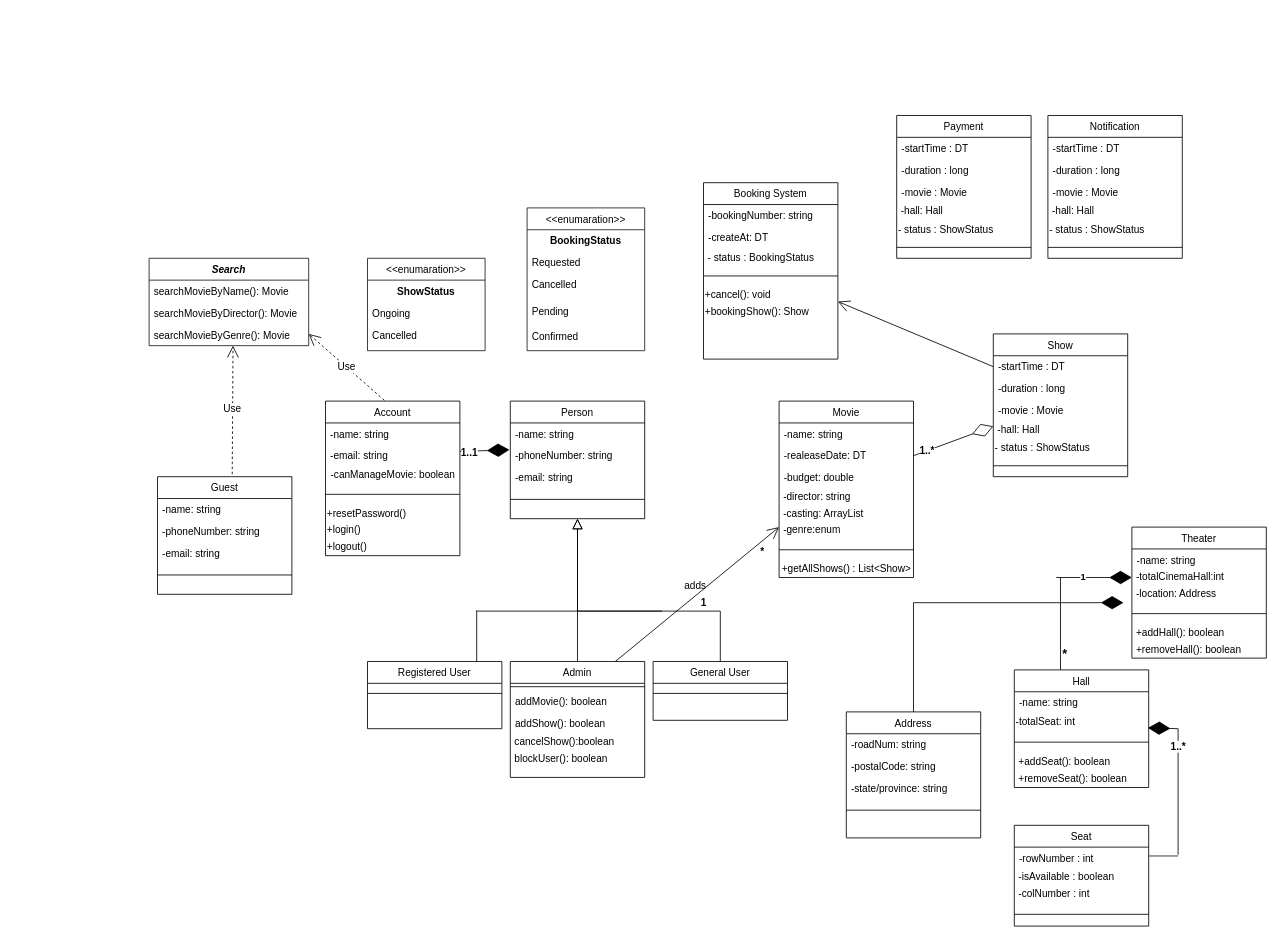
The draw.io diagram Movie Ticket Booking.drawio in Moytri/Uml-Diagram, before the edit. Source tidied: cells renumbered, new cells numbered last; positions are measured from the earlier drawing's top-left corner, leaving out a move shared by most shapes. Both pictures are drawn from the tidied source at 84%, with x=0, y=0 at pixel (149, 115).
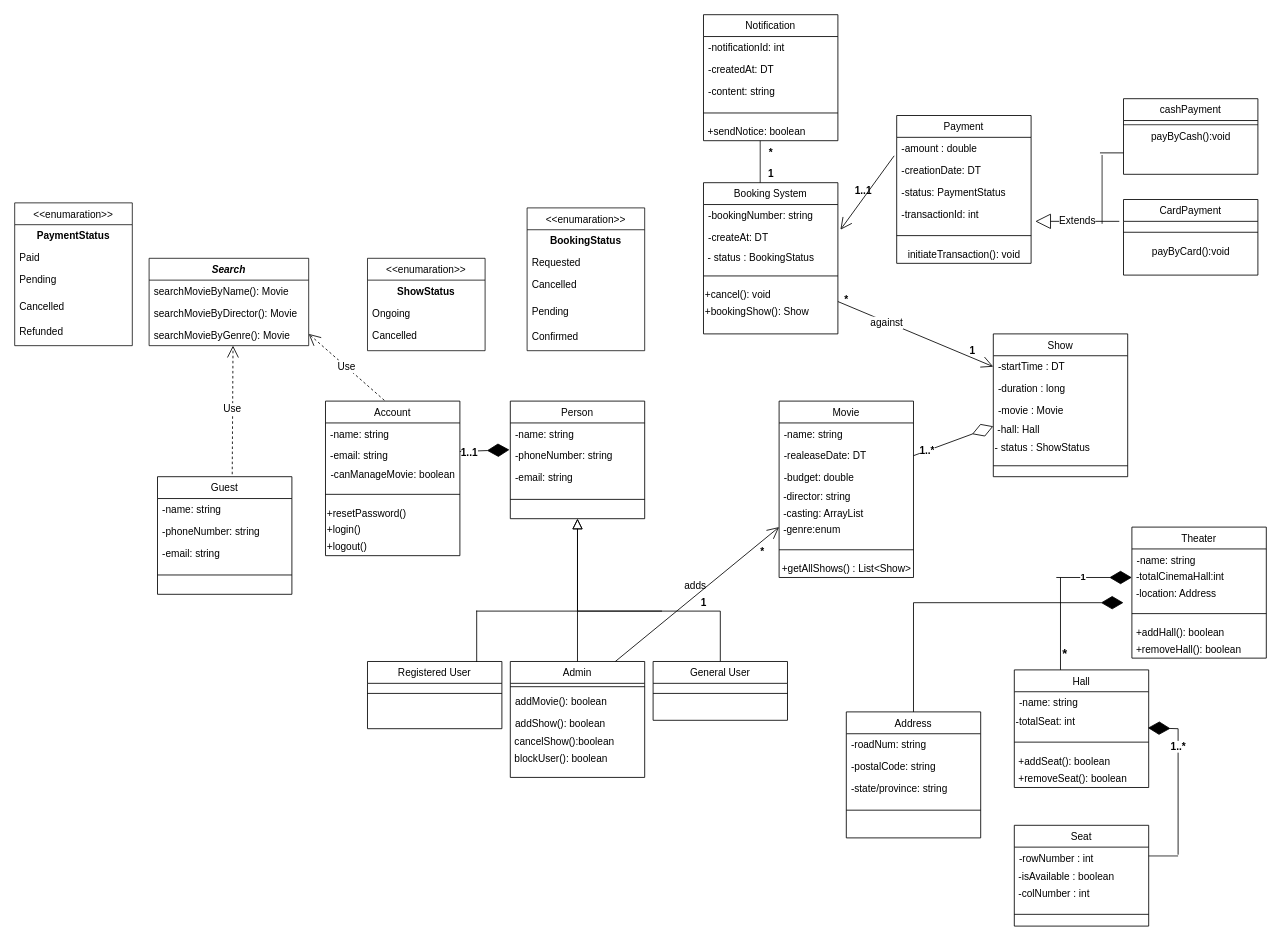
After the change.

The change refers to these unchanged cells:
```xml
<mxCell id="63" value="Show" style="swimlane;fontStyle=0;align=center;verticalAlign=top;horizontal=1;startSize=26;rounded=0;shadow=0;strokeWidth=1;" parent="1" vertex="1">
  <mxGeometry x="1005" y="260" width="160" height="170" as="geometry" />
</mxCell>
<mxCell id="64" value="-startTime : DT" style="text;align=left;verticalAlign=top;spacingLeft=4;spacingRight=4;overflow=hidden;points=[[0,0.5],[1,0.5]];portConstraint=eastwest;" parent="63" vertex="1">
  <mxGeometry y="26" width="160" height="26" as="geometry" />
</mxCell>
<mxCell id="97" value="-bookingNumber: string" style="text;align=left;verticalAlign=top;spacingLeft=4;spacingRight=4;overflow=hidden;points=[[0,0.5],[1,0.5]];portConstraint=eastwest;" parent="96" vertex="1">
  <mxGeometry y="26" width="160" height="26" as="geometry" />
</mxCell>
```

Change to the diagram source:
```diff
@@
-    <mxCell id="70" style="endArrow=open;endFill=1;endSize=12;html=1;rounded=0;fontSize=12;entryX=0;entryY=0.5;entryDx=0;entryDy=0;exitX=0;exitY=0.5;exitDx=0;exitDy=0;" parent="63" edge="1" source="64">
+    <mxCell id="70" style="endArrow=open;endFill=1;endSize=12;html=1;rounded=0;fontSize=12;entryX=0;entryY=0.5;entryDx=0;entryDy=0;exitX=0;exitY=0.5;exitDx=0;exitDy=0;" parent="63" edge="1" target="64">
       <mxGeometry relative="1" as="geometry">
-        <mxPoint x="-185" y="-38.5" as="targetPoint" />
+        <mxPoint x="-185" y="-38.5" as="sourcePoint" />
       </mxGeometry>
     </mxCell>
+    <mxCell id="127" value="against" style="edgeLabel;html=1;align=center;verticalAlign=middle;fontSize=12;" parent="70" vertex="1">
+      <mxGeometry x="-0.37" y="-1" relative="1" as="geometry" />
+    </mxCell>
@@
     <mxCell id="96" value="Booking System" style="swimlane;fontStyle=0;align=center;verticalAlign=top;horizontal=1;startSize=26;rounded=0;shadow=0;strokeWidth=1;" parent="1" vertex="1">
-      <mxGeometry x="660" y="80" width="160" height="210" as="geometry" />
+      <mxGeometry x="660" y="80" width="160" height="180" as="geometry" />
     </mxCell>
@@
     <mxCell id="103" value="Payment" style="swimlane;fontStyle=0;align=center;verticalAlign=top;horizontal=1;startSize=26;rounded=0;shadow=0;strokeWidth=1;" parent="1" vertex="1">
-      <mxGeometry x="890" width="160" height="170" as="geometry" />
+      <mxGeometry x="890" width="160" height="176" as="geometry" />
     </mxCell>
-    <mxCell id="104" value="-startTime : DT" style="text;align=left;verticalAlign=top;spacingLeft=4;spacingRight=4;overflow=hidden;points=[[0,0.5],[1,0.5]];portConstraint=eastwest;" parent="103" vertex="1">
+    <mxCell id="104" value="-amount : double" style="text;align=left;verticalAlign=top;spacingLeft=4;spacingRight=4;overflow=hidden;points=[[0,0.5],[1,0.5]];portConstraint=eastwest;" parent="103" vertex="1">
       <mxGeometry y="26" width="160" height="26" as="geometry" />
     </mxCell>
-    <mxCell id="105" value="-duration : long" style="text;align=left;verticalAlign=top;spacingLeft=4;spacingRight=4;overflow=hidden;rounded=0;shadow=0;html=0;" parent="103" vertex="1">
+    <mxCell id="105" value="-creationDate: DT" style="text;align=left;verticalAlign=top;spacingLeft=4;spacingRight=4;overflow=hidden;rounded=0;shadow=0;html=0;" parent="103" vertex="1">
       <mxGeometry y="52" width="160" height="26" as="geometry" />
     </mxCell>
-    <mxCell id="106" value="-movie : Movie" style="text;align=left;verticalAlign=top;spacingLeft=4;spacingRight=4;overflow=hidden;rounded=0;shadow=0;html=0;" parent="103" vertex="1">
-      <mxGeometry y="78" width="160" height="26" as="geometry" />
-    </mxCell>
-    <mxCell id="107" value="&amp;nbsp;-hall: Hall" style="text;html=1;align=left;verticalAlign=middle;strokeColor=none;fillColor=none;" parent="103" vertex="1">
-      <mxGeometry y="104" width="160" height="20" as="geometry" />
-    </mxCell>
-    <mxCell id="108" value="&lt;font style=&quot;font-size: 12px&quot;&gt;- status : ShowStatus&lt;/font&gt;" style="text;html=1;align=left;verticalAlign=middle;strokeColor=none;fillColor=none;fontSize=15;" parent="103" vertex="1">
-      <mxGeometry y="124" width="160" height="20" as="geometry" />
-    </mxCell>
+    <mxCell id="128" value="-status: PaymentStatus" style="text;align=left;verticalAlign=top;spacingLeft=4;spacingRight=4;overflow=hidden;rounded=0;shadow=0;html=0;" parent="103" vertex="1">
+      <mxGeometry y="78" width="160" height="26" as="geometry" />
+    </mxCell>
+    <mxCell id="129" value="-transactionId: int" style="text;align=left;verticalAlign=top;spacingLeft=4;spacingRight=4;overflow=hidden;rounded=0;shadow=0;html=0;" parent="103" vertex="1">
+      <mxGeometry y="104" width="160" height="26" as="geometry" />
+    </mxCell>
     <mxCell id="109" style="line;html=1;strokeWidth=1;align=left;verticalAlign=middle;spacingTop=-1;spacingLeft=3;spacingRight=3;labelPosition=right;" parent="103" vertex="1">
-      <mxGeometry y="144" width="160" height="26" as="geometry" />
+      <mxGeometry y="130" width="160" height="26" as="geometry" />
     </mxCell>
+    <mxCell id="130" value="initiateTransaction(): void" style="text;html=1;align=center;verticalAlign=middle;strokeColor=none;fillColor=none;fontSize=12;" parent="103" vertex="1">
+      <mxGeometry y="156" width="160" height="20" as="geometry" />
+    </mxCell>
     <mxCell id="110" value="Notification" style="swimlane;fontStyle=0;align=center;verticalAlign=top;horizontal=1;startSize=26;rounded=0;shadow=0;strokeWidth=1;" parent="1" vertex="1">
-      <mxGeometry x="1070" width="160" height="170" as="geometry" />
+      <mxGeometry x="660" y="-120" width="160" height="150" as="geometry" />
     </mxCell>
-    <mxCell id="111" value="-startTime : DT" style="text;align=left;verticalAlign=top;spacingLeft=4;spacingRight=4;overflow=hidden;" parent="110" vertex="1">
+    <mxCell id="111" value="-notificationId: int" style="text;align=left;verticalAlign=top;spacingLeft=4;spacingRight=4;overflow=hidden;" parent="110" vertex="1">
       <mxGeometry y="26" width="160" height="26" as="geometry" />
     </mxCell>
-    <mxCell id="112" value="-duration : long" style="text;align=left;verticalAlign=top;spacingLeft=4;spacingRight=4;overflow=hidden;rounded=0;shadow=0;html=0;" parent="110" vertex="1">
+    <mxCell id="112" value="-createdAt: DT" style="text;align=left;verticalAlign=top;spacingLeft=4;spacingRight=4;overflow=hidden;rounded=0;shadow=0;html=0;" parent="110" vertex="1">
       <mxGeometry y="52" width="160" height="26" as="geometry" />
     </mxCell>
-    <mxCell id="113" value="-movie : Movie" style="text;align=left;verticalAlign=top;spacingLeft=4;spacingRight=4;overflow=hidden;rounded=0;shadow=0;html=0;" parent="110" vertex="1">
+    <mxCell id="113" value="-content: string" style="text;align=left;verticalAlign=top;spacingLeft=4;spacingRight=4;overflow=hidden;rounded=0;shadow=0;html=0;" parent="110" vertex="1">
       <mxGeometry y="78" width="160" height="26" as="geometry" />
     </mxCell>
-    <mxCell id="114" value="&amp;nbsp;-hall: Hall" style="text;html=1;align=left;verticalAlign=middle;strokeColor=none;fillColor=none;" parent="110" vertex="1">
-      <mxGeometry y="104" width="160" height="20" as="geometry" />
-    </mxCell>
-    <mxCell id="115" value="&lt;font style=&quot;font-size: 12px&quot;&gt;- status : ShowStatus&lt;/font&gt;" style="text;html=1;align=left;verticalAlign=middle;strokeColor=none;fillColor=none;fontSize=15;" parent="110" vertex="1">
-      <mxGeometry y="124" width="160" height="20" as="geometry" />
-    </mxCell>
     <mxCell id="116" style="line;html=1;strokeWidth=1;align=left;verticalAlign=middle;spacingTop=-1;spacingLeft=3;spacingRight=3;labelPosition=right;" parent="110" vertex="1">
-      <mxGeometry y="144" width="160" height="26" as="geometry" />
+      <mxGeometry y="104" width="160" height="26" as="geometry" />
     </mxCell>
+    <mxCell id="131" value="&amp;nbsp;+sendNotice: boolean" style="text;html=1;align=left;verticalAlign=middle;strokeColor=none;fillColor=none;fontSize=12;" parent="110" vertex="1">
+      <mxGeometry y="130" width="160" height="20" as="geometry" />
+    </mxCell>
@@
+    <mxCell id="132" value="&lt;b&gt;1&lt;/b&gt;" style="text;html=1;align=center;verticalAlign=middle;strokeColor=none;fillColor=none;fontSize=12;" parent="1" vertex="1">
+      <mxGeometry x="970" y="270" width="20" height="20" as="geometry" />
+    </mxCell>
+    <mxCell id="133" value="&lt;b&gt;*&lt;/b&gt;" style="text;html=1;align=center;verticalAlign=middle;strokeColor=none;fillColor=none;fontSize=12;" parent="1" vertex="1">
+      <mxGeometry x="820" y="210" width="20" height="20" as="geometry" />
+    </mxCell>
+    <mxCell id="134" value="cashPayment" style="swimlane;fontStyle=0;align=center;verticalAlign=top;horizontal=1;startSize=26;rounded=0;shadow=0;strokeWidth=1;" parent="1" vertex="1">
+      <mxGeometry x="1160" y="-20" width="160" height="90" as="geometry" />
+    </mxCell>
+    <mxCell id="135" style="line;strokeWidth=1;html=1;perimeter=backbonePerimeter;fontSize=12;opacity=90;" parent="134" vertex="1">
+      <mxGeometry y="26" width="160" height="10" as="geometry" />
+    </mxCell>
+    <mxCell id="136" value="payByCash():void" style="text;html=1;align=center;verticalAlign=middle;strokeColor=none;fillColor=none;fontSize=12;" parent="134" vertex="1">
+      <mxGeometry y="36" width="160" height="20" as="geometry" />
+    </mxCell>
+    <mxCell id="137" value="CardPayment" style="swimlane;fontStyle=0;align=center;verticalAlign=top;horizontal=1;startSize=26;rounded=0;shadow=0;strokeWidth=1;" parent="1" vertex="1">
+      <mxGeometry x="1160" y="100" width="160" height="90" as="geometry" />
+    </mxCell>
+    <mxCell id="138" value="Extends" style="endArrow=block;endSize=16;endFill=0;html=1;rounded=0;fontSize=12;" parent="137" edge="1">
+      <mxGeometry relative="1" as="geometry">
+        <mxPoint x="-5" y="26" as="sourcePoint" />
+        <mxPoint x="-105" y="26" as="targetPoint" />
+      </mxGeometry>
+    </mxCell>
+    <mxCell id="139" style="line;html=1;strokeWidth=1;align=left;verticalAlign=middle;spacingTop=-1;spacingLeft=3;spacingRight=3;labelPosition=right;" parent="137" vertex="1">
+      <mxGeometry y="26" width="160" height="26" as="geometry" />
+    </mxCell>
+    <mxCell id="140" value="payByCard():void" style="text;html=1;align=center;verticalAlign=middle;strokeColor=none;fillColor=none;fontSize=12;" parent="137" vertex="1">
+      <mxGeometry y="52" width="160" height="20" as="geometry" />
+    </mxCell>
+    <mxCell id="141" style="line;strokeWidth=1;direction=south;html=1;fontSize=12;opacity=90;" parent="1" vertex="1">
+      <mxGeometry x="1132" y="47" width="5" height="82" as="geometry" />
+    </mxCell>
+    <mxCell id="142" style="line;html=1;strokeWidth=1;align=left;verticalAlign=middle;spacingTop=-1;spacingLeft=3;spacingRight=3;labelPosition=right;" parent="1" vertex="1">
+      <mxGeometry x="1132" y="30" width="28" height="29" as="geometry" />
+    </mxCell>
+    <mxCell id="143" style="endArrow=open;endFill=1;endSize=12;html=1;rounded=0;fontSize=12;exitX=-0.019;exitY=0.846;exitDx=0;exitDy=0;exitPerimeter=0;entryX=1.019;entryY=1.154;entryDx=0;entryDy=0;entryPerimeter=0;" parent="1" edge="1" source="104" target="97">
+      <mxGeometry relative="1" as="geometry" />
+    </mxCell>
+    <mxCell id="144" value="&lt;b&gt;1..1&lt;/b&gt;" style="text;html=1;align=center;verticalAlign=middle;strokeColor=none;fillColor=none;fontSize=12;" parent="1" vertex="1">
+      <mxGeometry x="830" y="80" width="40" height="20" as="geometry" />
+    </mxCell>
+    <mxCell id="145" style="line;strokeWidth=1;direction=south;html=1;fontSize=12;opacity=90;" parent="1" vertex="1">
+      <mxGeometry x="725" y="30" width="5" height="50" as="geometry" />
+    </mxCell>
+    <mxCell id="146" value="&lt;b&gt;1&lt;/b&gt;" style="text;html=1;align=center;verticalAlign=middle;strokeColor=none;fillColor=none;fontSize=12;" parent="1" vertex="1">
+      <mxGeometry x="730" y="60" width="20" height="20" as="geometry" />
+    </mxCell>
+    <mxCell id="147" value="&lt;b&gt;*&lt;/b&gt;" style="text;html=1;align=center;verticalAlign=middle;strokeColor=none;fillColor=none;fontSize=12;" parent="1" vertex="1">
+      <mxGeometry x="730" y="34.5" width="20" height="20" as="geometry" />
+    </mxCell>
+    <mxCell id="148" value="&lt;&lt;enumaration&gt;&gt;" style="swimlane;fontStyle=0;horizontal=1;startSize=26;fillColor=none;fontSize=12;strokeWidth=1;opacity=90;" parent="1" vertex="1">
+      <mxGeometry x="-160" y="104" width="140" height="170" as="geometry" />
+    </mxCell>
+    <mxCell id="149" value="PaymentStatus" style="text;strokeColor=none;fillColor=none;align=center;verticalAlign=top;spacingLeft=4;spacingRight=4;overflow=hidden;fontSize=12;opacity=90;fontStyle=1;" parent="148" vertex="1">
+      <mxGeometry y="26" width="140" height="26" as="geometry" />
+    </mxCell>
+    <mxCell id="150" value="Paid" style="text;strokeColor=none;fillColor=none;align=left;verticalAlign=top;spacingLeft=4;spacingRight=4;overflow=hidden;fontSize=12;opacity=90;" parent="148" vertex="1">
+      <mxGeometry y="52" width="140" height="26" as="geometry" />
+    </mxCell>
+    <mxCell id="151" value="Pending" style="text;strokeColor=none;fillColor=none;align=left;verticalAlign=top;spacingLeft=4;spacingRight=4;overflow=hidden;fontSize=12;opacity=90;" parent="148" vertex="1">
+      <mxGeometry y="78" width="140" height="32" as="geometry" />
+    </mxCell>
+    <mxCell id="152" value="Cancelled" style="text;strokeColor=none;fillColor=none;align=left;verticalAlign=top;spacingLeft=4;spacingRight=4;overflow=hidden;fontSize=12;opacity=90;" parent="148" vertex="1">
+      <mxGeometry y="110" width="140" height="30" as="geometry" />
+    </mxCell>
+    <mxCell id="153" value="Refunded" style="text;strokeColor=none;fillColor=none;align=left;verticalAlign=top;spacingLeft=4;spacingRight=4;overflow=hidden;fontSize=12;opacity=90;" parent="148" vertex="1">
+      <mxGeometry y="140" width="140" height="30" as="geometry" />
+    </mxCell>
```
